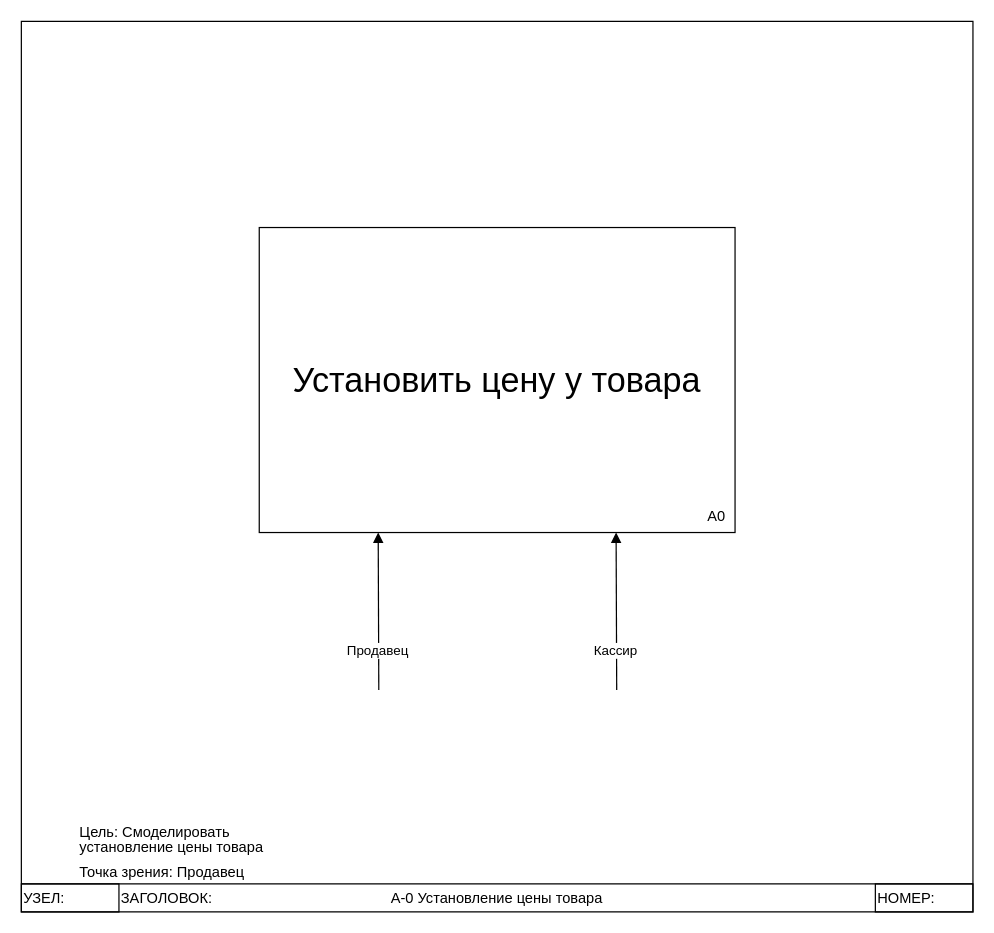
Before: draw_io/idef0.drawio in Dimj1k/Works, a draw.io diagram. Source tidied: cells renumbered, new cells numbered last; positions are measured from the earlier drawing's top-left corner, leaving out a move shared by most shapes. Both pictures are drawn from the tidied source at 122%, with x=0, y=0 at pixel (21, 21).
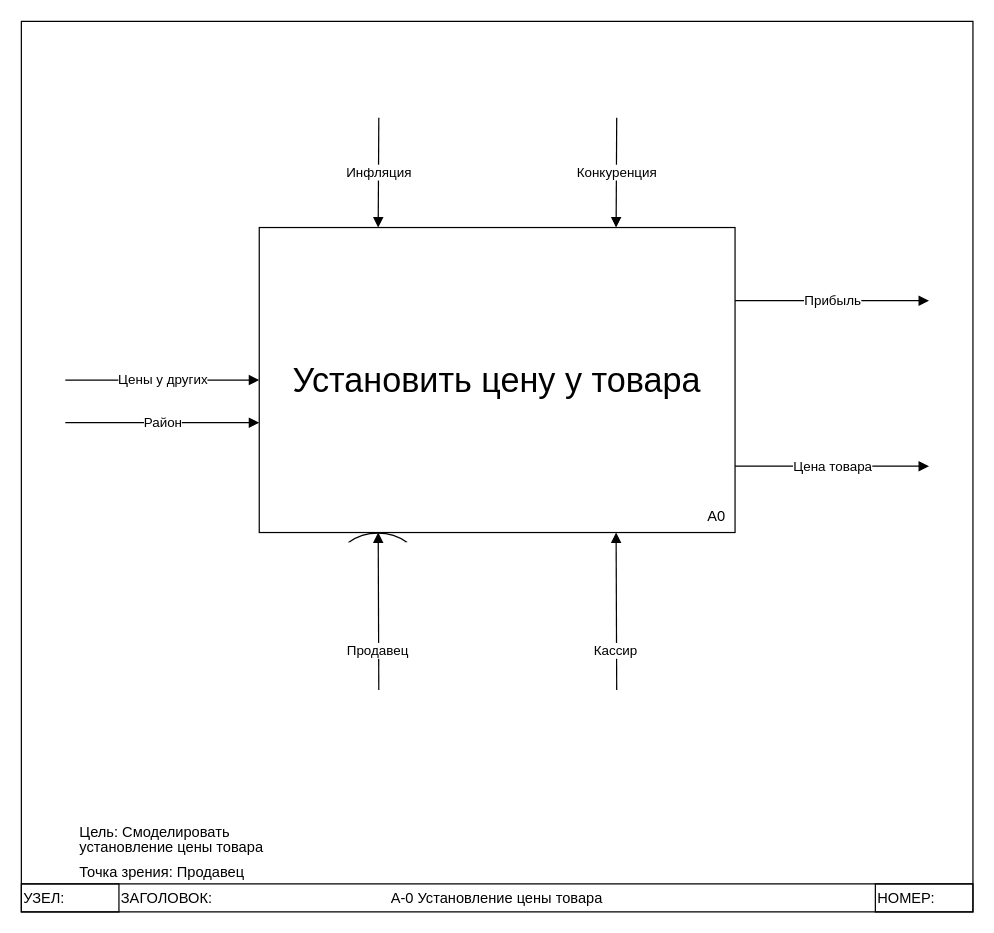
The same page after the edit.

The change refers to these unchanged cells:
```xml
<mxCell id="2" style="swimlane;direction=west;" parent="1" vertex="1">
  <mxGeometry width="780" height="730" as="geometry" />
</mxCell>
<mxCell id="9" value="&lt;font style=&quot;font-size: 28px;&quot;&gt;Установить цену у товара&lt;/font&gt;" style="rounded=0;whiteSpace=wrap;html=1;" parent="8" vertex="1">
  <mxGeometry width="390" height="250" as="geometry" />
</mxCell>
```

Change to the diagram source:
```diff
@@
+    <mxCell id="15" value="Прибыль" style="endArrow=block;html=1;rounded=0;labelBackgroundColor=default;strokeColor=default;fontFamily=Helvetica;fontSize=11;fontColor=default;shape=connector;endFill=1;entryX=0;entryY=0.5;entryDx=0;entryDy=0;" parent="2" edge="1">
+      <mxGeometry relative="1" as="geometry">
+        <mxPoint x="585" y="229" as="sourcePoint" />
+        <mxPoint x="744" y="229" as="targetPoint" />
+      </mxGeometry>
+    </mxCell>
+    <mxCell id="16" value="Цена товара" style="endArrow=block;html=1;rounded=0;labelBackgroundColor=default;strokeColor=default;fontFamily=Helvetica;fontSize=11;fontColor=default;shape=connector;endFill=1;entryX=0;entryY=0.5;entryDx=0;entryDy=0;" parent="2" edge="1">
+      <mxGeometry relative="1" as="geometry">
+        <mxPoint x="585" y="364.6" as="sourcePoint" />
+        <mxPoint x="744" y="364.6" as="targetPoint" />
+      </mxGeometry>
+    </mxCell>
+    <mxCell id="17" style="group;" parent="2" vertex="1">
+      <mxGeometry x="268" y="417" width="50" height="33.8" as="geometry" />
+    </mxCell>
+    <mxCell id="18" style="whiteSpace=wrap;html=1;shape=mxgraph.basic.pointed_oval;fontFamily=Helvetica;fontSize=11;fontColor=default;rotation=90;flipH=1;flipV=0;" parent="17" vertex="1">
+      <mxGeometry x="14.2" y="-13.8" width="20" height="47.5" as="geometry" />
+    </mxCell>
+    <mxCell id="19" style="verticalLabelPosition=bottom;verticalAlign=top;html=1;shape=mxgraph.basic.rect;fillColor2=none;strokeWidth=1;size=20;indent=5;fontFamily=Helvetica;fontSize=11;fontColor=default;strokeColor=none;" parent="17" vertex="1">
+      <mxGeometry y="10" width="50" height="20" as="geometry" />
+    </mxCell>
+    <mxCell id="20" value="Район" style="endArrow=block;html=1;rounded=0;labelBackgroundColor=default;strokeColor=default;fontFamily=Helvetica;fontSize=11;fontColor=default;shape=connector;endFill=1;entryX=0;entryY=0.5;entryDx=0;entryDy=0;" parent="2" edge="1">
+      <mxGeometry relative="1" as="geometry">
+        <mxPoint x="36" y="329" as="sourcePoint" />
+        <mxPoint x="195" y="329" as="targetPoint" />
+      </mxGeometry>
+    </mxCell>
+    <mxCell id="21" value="Инфляция" style="endArrow=block;html=1;rounded=0;labelBackgroundColor=default;strokeColor=default;fontFamily=Helvetica;fontSize=11;fontColor=default;shape=connector;endFill=1;entryX=0.25;entryY=0;entryDx=0;entryDy=0;" parent="2" edge="1" target="9">
+      <mxGeometry relative="1" as="geometry">
+        <mxPoint x="293" y="79" as="sourcePoint" />
+      </mxGeometry>
+    </mxCell>
@@
+    <mxCell id="22" value="Цены у других" style="endArrow=block;html=1;rounded=0;labelBackgroundColor=default;strokeColor=default;fontFamily=Helvetica;fontSize=11;fontColor=default;shape=connector;endFill=1;entryX=0;entryY=0.5;entryDx=0;entryDy=0;" parent="1" edge="1" target="9">
+      <mxGeometry relative="1" as="geometry">
+        <mxPoint x="36" y="294" as="sourcePoint" />
+      </mxGeometry>
+    </mxCell>
+    <mxCell id="23" value="Конкуренция" style="endArrow=block;html=1;rounded=0;labelBackgroundColor=default;strokeColor=default;fontFamily=Helvetica;fontSize=11;fontColor=default;shape=connector;endFill=1;entryX=0.75;entryY=0;entryDx=0;entryDy=0;" parent="1" edge="1" target="9">
+      <mxGeometry relative="1" as="geometry">
+        <mxPoint x="488" y="79" as="sourcePoint" />
+      </mxGeometry>
+    </mxCell>
```
